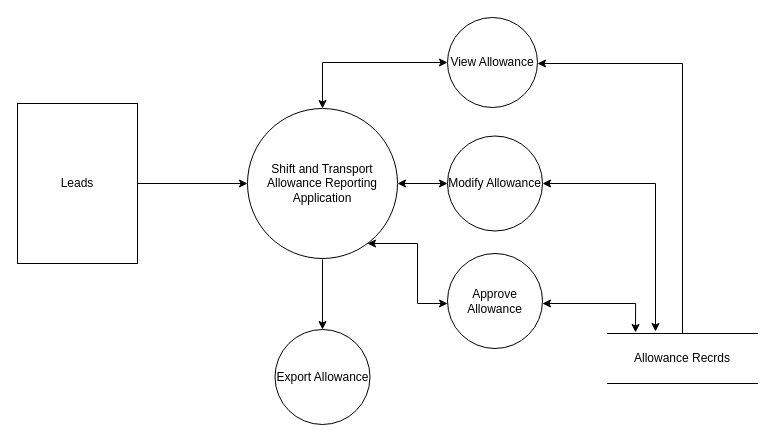
Before: Untitled Diagram1.drawio in Shubham7997/avoid_being_hit, a draw.io diagram. Source tidied: cells renumbered, new cells numbered last; positions are measured from the earlier drawing's top-left corner, leaving out a move shared by most shapes. Both pictures are drawn from the tidied source at 100%, with x=0, y=0 at pixel (17, 17).
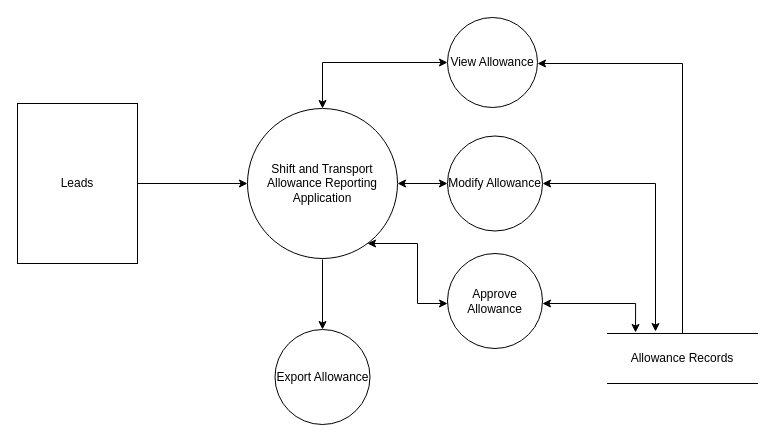
After the change.

Diff of the diagram source:
```diff
@@
-    <mxCell id="6" value="Allowance Recrds" style="shape=partialRectangle;whiteSpace=wrap;html=1;left=0;right=0;fillColor=none;" parent="1" vertex="1">
+    <mxCell id="6" value="Allowance Records" style="shape=partialRectangle;whiteSpace=wrap;html=1;left=0;right=0;fillColor=none;" parent="1" vertex="1">
       <mxGeometry x="590" y="316" width="150" height="50" as="geometry" />
     </mxCell>
```
